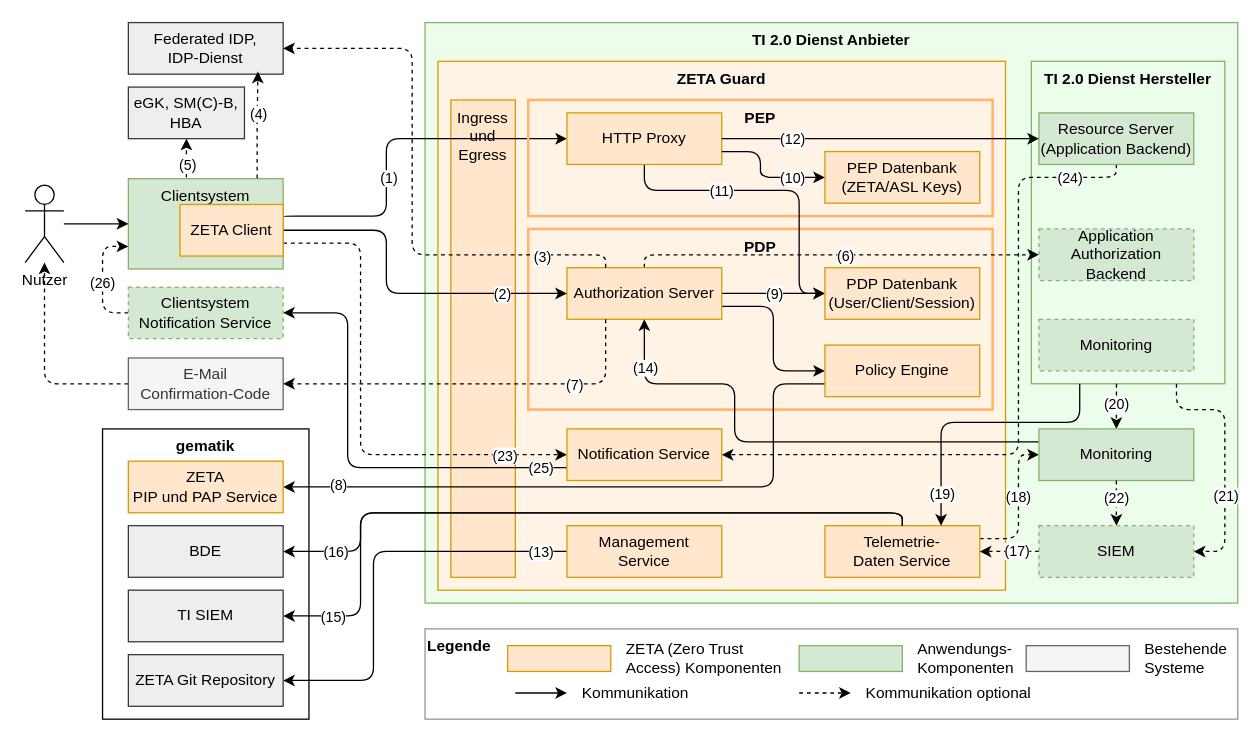
Above: src/drawio/Zero-Trust-Architektur.drawio in gematik/zeta (draw.io), before the change. Source tidied: cells renumbered, new cells numbered last; positions are measured from the earlier drawing's top-left corner, leaving out a move shared by most shapes. Both pictures are drawn from the tidied source at 129%, with x=0, y=0 at pixel (25, 22).
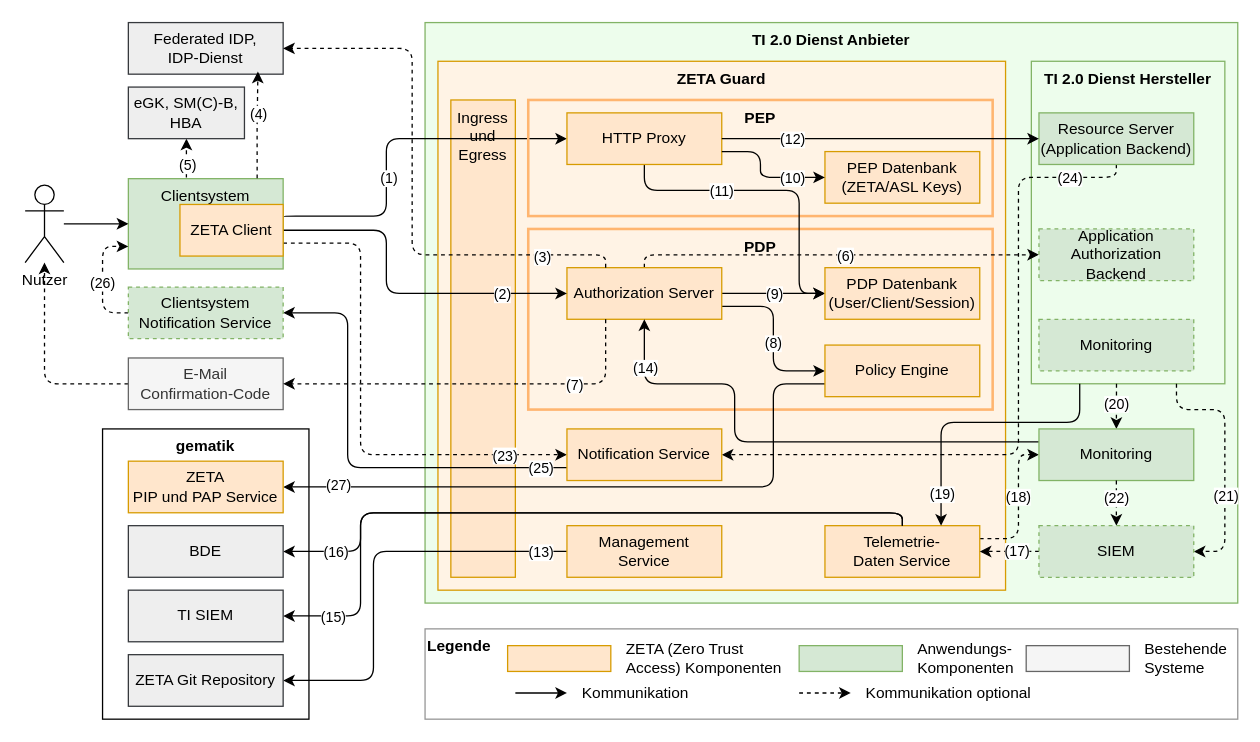
The same diagram, later.

Commit message:
fix: Update diagram dimensions and edge labels in Zero-Trust architecture drawio file

The change refers to these unchanged cells:
```xml
<mxCell id="10" style="edgeStyle=orthogonalEdgeStyle;rounded=1;jettySize=auto;html=1;entryX=0;entryY=0.5;entryDx=0;entryDy=0;curved=0;enumerate=0;startArrow=none;startFill=0;exitX=1;exitY=0.75;exitDx=0;exitDy=0;" parent="1" edge="1" source="14" target="17">
  <mxGeometry relative="1" as="geometry">
    <Array as="points">
      <mxPoint x="580" y="220" />
      <mxPoint x="580" y="270" />
    </Array>
  </mxGeometry>
</mxCell>
<mxCell id="15" style="edgeStyle=orthogonalEdgeStyle;rounded=1;jettySize=auto;html=1;entryX=1;entryY=0.5;entryDx=0;entryDy=0;exitX=0;exitY=0.75;exitDx=0;exitDy=0;curved=0;" parent="1" edge="1" source="17" target="57">
  <mxGeometry relative="1" as="geometry">
    <Array as="points">
      <mxPoint x="580" y="280" />
      <mxPoint x="580" y="360" />
    </Array>
  </mxGeometry>
</mxCell>
```

Diff of the diagram source:
```diff
@@
+    <mxCell id="100" value="(8)" style="edgeLabel;html=1;align=center;verticalAlign=middle;" parent="10" vertex="1">
+      <mxGeometry x="0.04" y="-1" relative="1" as="geometry" />
+    </mxCell>
@@
-    <mxCell id="16" value="(8)" style="edgeLabel;html=1;align=center;verticalAlign=middle;" parent="15" vertex="1">
+    <mxCell id="16" value="(27)" style="edgeLabel;html=1;align=center;verticalAlign=middle;" parent="15" vertex="1">
       <mxGeometry x="0.83" y="-2" relative="1" as="geometry" />
     </mxCell>
```
